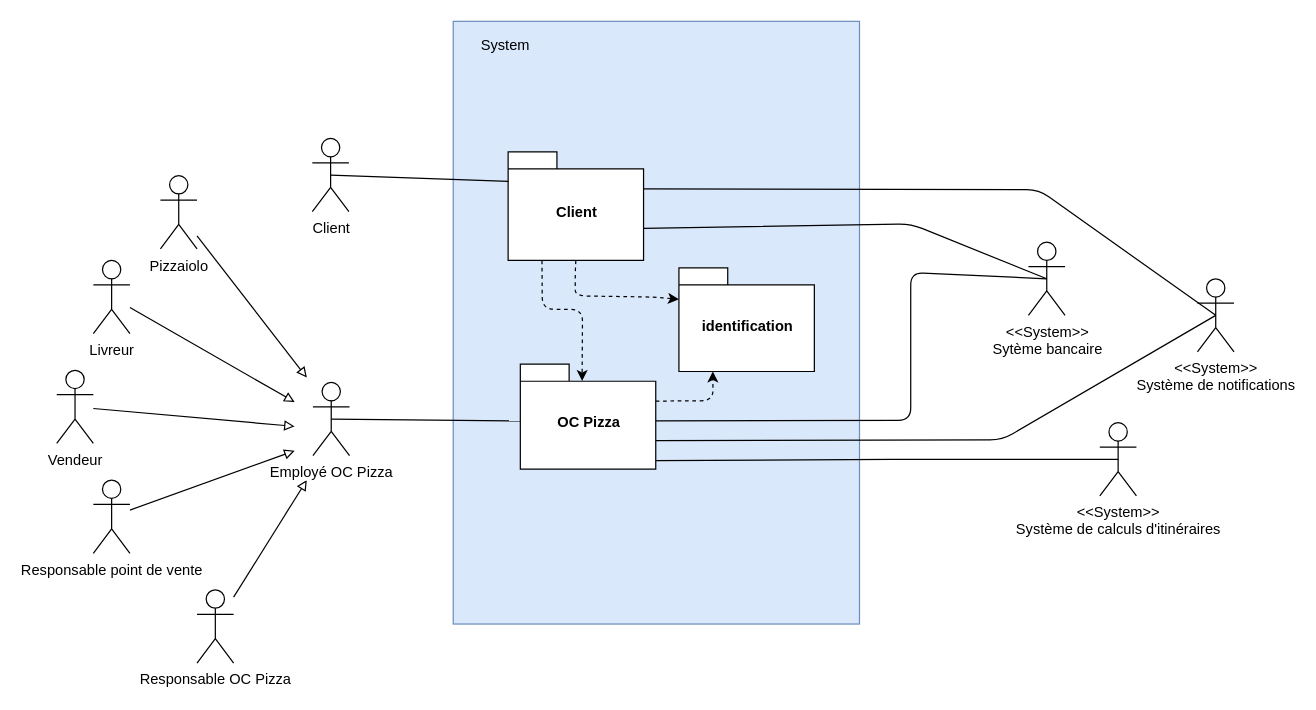
Above: Diagramme de package.drawio in vinsbld/OCP (draw.io), before the change. Source tidied: cells renumbered, new cells numbered last; positions are measured from the earlier drawing's top-left corner, leaving out a move shared by most shapes. Both pictures are drawn from the tidied source at 122%, with x=0, y=0 at pixel (56, 21).
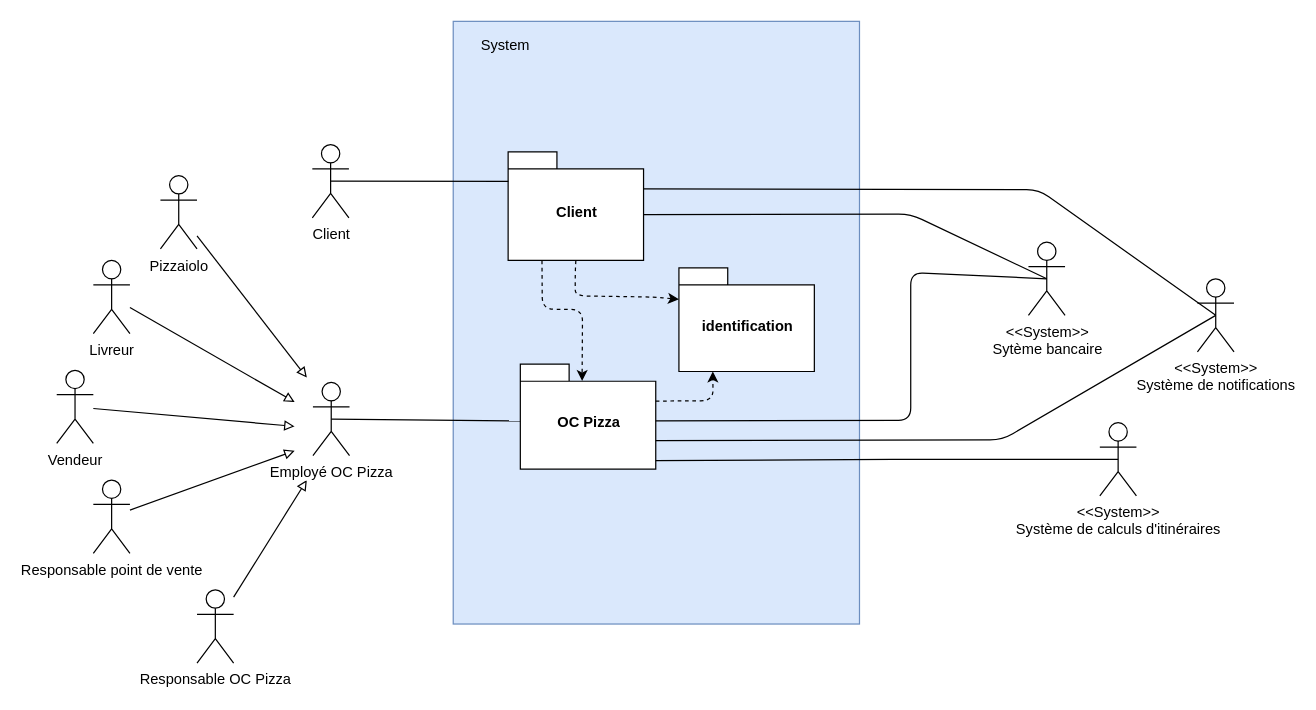
Above is the later version.

Unchanged cells that the change refers to:
```xml
<mxCell id="14" value="&lt;div&gt;&amp;lt;&amp;lt;System&amp;gt;&amp;gt;&lt;/div&gt;&lt;div&gt;Sytème bancaire&lt;br&gt;&lt;/div&gt;" style="shape=umlActor;verticalLabelPosition=bottom;labelBackgroundColor=#ffffff;verticalAlign=top;html=1;outlineConnect=0;" parent="1" vertex="1">
  <mxGeometry x="796.5" y="181" width="30" height="60" as="geometry" />
</mxCell>
<mxCell id="16" value="Client" style="shape=folder;fontStyle=1;spacingTop=10;tabWidth=40;tabHeight=14;tabPosition=left;html=1;" parent="1" vertex="1">
  <mxGeometry x="370" y="107" width="111" height="89" as="geometry" />
</mxCell>
```

What changed in the source:
```diff
@@
     <mxCell id="3" value="Client" style="shape=umlActor;verticalLabelPosition=bottom;labelBackgroundColor=#ffffff;verticalAlign=top;html=1;outlineConnect=0;" parent="1" vertex="1">
-      <mxGeometry x="209.5" y="96" width="30" height="60" as="geometry" />
+      <mxGeometry x="209.5" y="101" width="30" height="60" as="geometry" />
     </mxCell>
@@
-    <mxCell id="20" style="endArrow=none;html=1;exitX=0.5;exitY=0.5;exitDx=0;exitDy=0;exitPerimeter=0;entryX=0;entryY=0;entryDx=111;entryDy=62.749999999999986;entryPerimeter=0;" parent="1" edge="1" source="14" target="16">
+    <mxCell id="20" style="endArrow=none;html=1;exitX=0.5;exitY=0.5;exitDx=0;exitDy=0;exitPerimeter=0;entryX=0;entryY=0;entryDx=111;entryDy=51.49999999999999;entryPerimeter=0;" parent="1" edge="1" source="14" target="16">
       <mxGeometry relative="1" as="geometry">
         <Array as="points">
-          <mxPoint x="700" y="166" />
+          <mxPoint x="700" y="158" />
         </Array>
       </mxGeometry>
     </mxCell>
```
